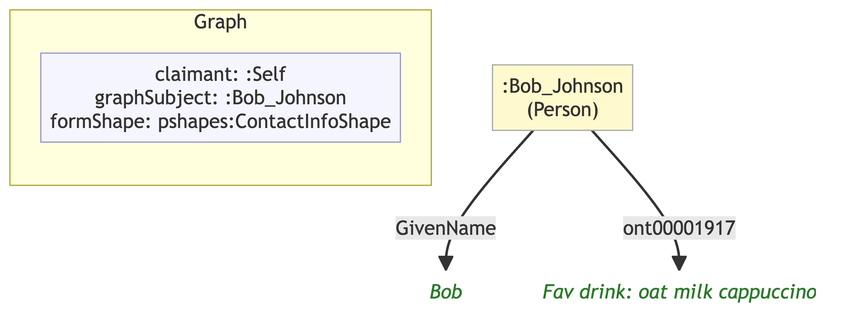
This is example/graphs/images/graph-04.png from MeeFoundation/mia-ontologies, a Mermaid export, as it was before one commit. Its source is kept beside it as example/graphs/images/graph-04.mmd.
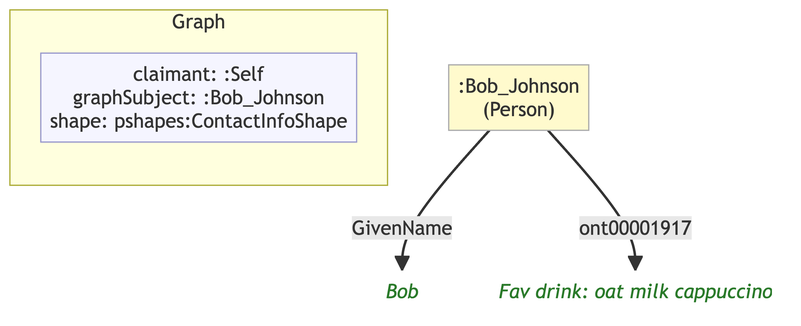
Above is the later version.

Change to the diagram source:
```diff
@@ -7,12 +7,12 @@
 
     subgraph ctx["Graph"]
         direction LR
-        ctx_meta["claimant: :Self\ngraphSubject: :Bob_Johnson\nformShape: pshapes:ContactInfoShape"]:::meta
+        ctx_meta["claimant: :Self\ngraphSubject: :Bob_Johnson\nshape: pshapes:ContactInfoShape"]:::meta
     end
 
     ncec7d6304e56[":Bob_Johnson\n(Person)"]:::person
-    nc699005ade29("Bob"):::lit
-    n598ff7db2e03("Fav drink: oat milk cappuccino"):::lit
+    n230d67b0af39("Bob"):::lit
+    n05cd550890d5("Fav drink: oat milk cappuccino"):::lit
 
-    ncec7d6304e56 -->|"GivenName"| nc699005ade29
-    ncec7d6304e56 -->|"ont00001917"| n598ff7db2e03
+    ncec7d6304e56 -->|"GivenName"| n230d67b0af39
+    ncec7d6304e56 -->|"ont00001917"| n05cd550890d5
```
